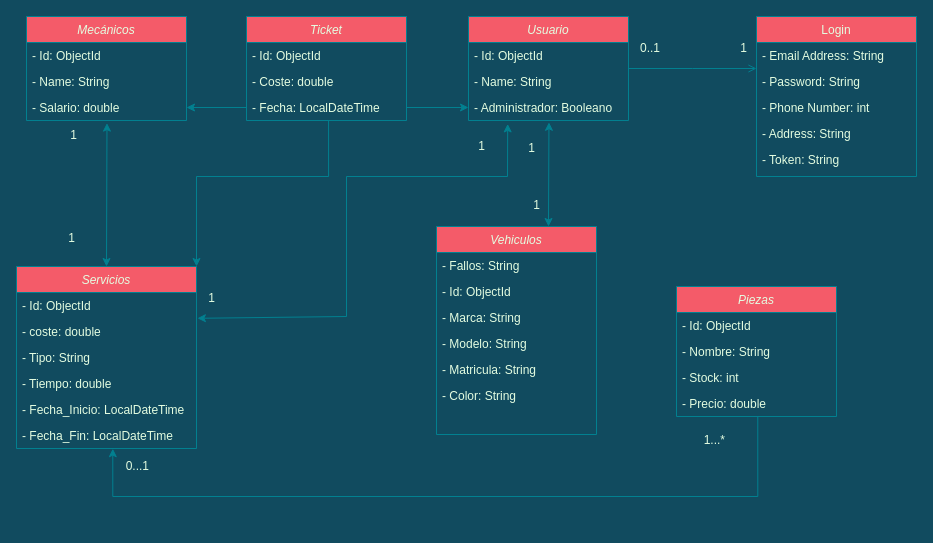
Above: taller/Documentación/Taller Mecánico UML.drawio in javiergmun/TallerMecanico-AD-PSP (draw.io), before the change. Source tidied: cells renumbered, new cells numbered last; positions are measured from the earlier drawing's top-left corner, leaving out a move shared by most shapes. Both pictures are drawn from the tidied source at 100%, with x=0, y=0 at pixel (16, 16).
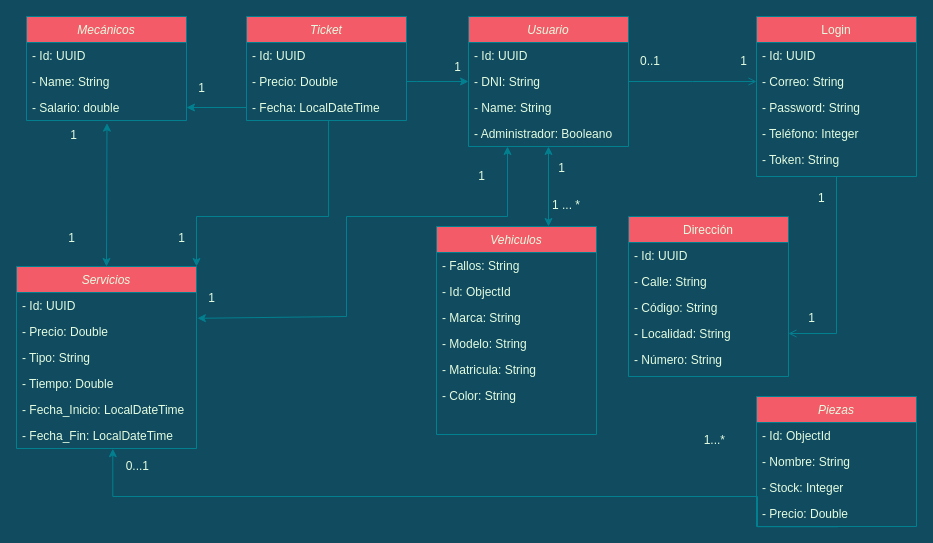
After the change.

Commit message (it also covers changes not shown here):
UML actualizado

The change refers to these unchanged cells:
```xml
<mxCell id="6" value="Login" style="swimlane;fontStyle=0;align=center;verticalAlign=top;horizontal=1;startSize=26;rounded=0;shadow=0;strokeWidth=1;fillColor=#F45B69;strokeColor=#028090;fontColor=#E4FDE1;" parent="1" vertex="1">
  <mxGeometry x="740" width="160" height="160" as="geometry" />
</mxCell>
<mxCell id="22" value="Ticket" style="swimlane;fontStyle=2;align=center;verticalAlign=top;horizontal=1;startSize=26;rounded=0;shadow=0;strokeWidth=1;fillColor=#F45B69;strokeColor=#028090;fontColor=#E4FDE1;" parent="1" vertex="1">
  <mxGeometry x="230" width="160" height="104" as="geometry" />
</mxCell>
<mxCell id="25" value="- Fecha: LocalDateTime " style="text;align=left;verticalAlign=top;spacingLeft=4;spacingRight=4;overflow=hidden;points=[[0,0.5],[1,0.5]];portConstraint=eastwest;fontColor=#E4FDE1;" parent="22" vertex="1">
  <mxGeometry y="78" width="160" height="26" as="geometry" />
</mxCell>
<mxCell id="26" value="Mecánicos" style="swimlane;fontStyle=2;align=center;verticalAlign=top;horizontal=1;startSize=26;rounded=0;shadow=0;strokeWidth=1;fillColor=#F45B69;strokeColor=#028090;fontColor=#E4FDE1;" parent="1" vertex="1">
  <mxGeometry x="10" width="160" height="104" as="geometry" />
</mxCell>
<mxCell id="30" value="Servicios" style="swimlane;fontStyle=2;align=center;verticalAlign=top;horizontal=1;startSize=26;rounded=0;shadow=0;strokeWidth=1;fillColor=#F45B69;strokeColor=#028090;fontColor=#E4FDE1;" parent="1" vertex="1">
  <mxGeometry y="250" width="180" height="182" as="geometry" />
</mxCell>
```

Change to the diagram source:
```diff
@@
     <mxCell id="2" value="Usuario" style="swimlane;fontStyle=2;align=center;verticalAlign=top;horizontal=1;startSize=26;rounded=0;shadow=0;strokeWidth=1;fillColor=#F45B69;strokeColor=#028090;fontColor=#E4FDE1;" parent="1" vertex="1">
-      <mxGeometry x="452" width="160" height="104" as="geometry" />
+      <mxGeometry x="452" width="160" height="130" as="geometry" />
     </mxCell>
-    <mxCell id="3" value="- Id: ObjectId" style="text;align=left;verticalAlign=top;spacingLeft=4;spacingRight=4;overflow=hidden;fontColor=#E4FDE1;" parent="2" vertex="1">
+    <mxCell id="3" value="- Id: UUID" style="text;align=left;verticalAlign=top;spacingLeft=4;spacingRight=4;overflow=hidden;fontColor=#E4FDE1;" parent="2" vertex="1">
       <mxGeometry y="26" width="160" height="26" as="geometry" />
     </mxCell>
+    <mxCell id="5" value="- DNI: String" style="text;align=left;verticalAlign=top;spacingLeft=4;spacingRight=4;overflow=hidden;points=[[0,0.5],[1,0.5]];portConstraint=eastwest;fontColor=#E4FDE1;" parent="2" vertex="1">
+      <mxGeometry y="52" width="160" height="26" as="geometry" />
+    </mxCell>
     <mxCell id="4" value="- Name: String" style="text;align=left;verticalAlign=top;spacingLeft=4;spacingRight=4;overflow=hidden;fontColor=#E4FDE1;" parent="2" vertex="1">
-      <mxGeometry y="52" width="160" height="26" as="geometry" />
+      <mxGeometry y="78" width="160" height="26" as="geometry" />
     </mxCell>
-    <mxCell id="5" value="- Administrador: Booleano" style="text;align=left;verticalAlign=top;spacingLeft=4;spacingRight=4;overflow=hidden;points=[[0,0.5],[1,0.5]];portConstraint=eastwest;fontColor=#E4FDE1;" parent="2" vertex="1">
-      <mxGeometry y="78" width="160" height="26" as="geometry" />
-    </mxCell>
+    <mxCell id="57" value="- Administrador: Booleano" style="text;align=left;verticalAlign=top;spacingLeft=4;spacingRight=4;overflow=hidden;fontColor=#E4FDE1;" parent="2" vertex="1">
+      <mxGeometry y="104" width="160" height="26" as="geometry" />
+    </mxCell>
@@
-    <mxCell id="7" value="- Email Address: String" style="text;align=left;verticalAlign=top;spacingLeft=4;spacingRight=4;overflow=hidden;rounded=0;shadow=0;html=0;fontColor=#E4FDE1;" parent="6" vertex="1">
+    <mxCell id="7" value="- Id: UUID" style="text;align=left;verticalAlign=top;spacingLeft=4;spacingRight=4;overflow=hidden;rounded=0;shadow=0;html=0;fontColor=#E4FDE1;" parent="6" vertex="1">
       <mxGeometry y="26" width="160" height="26" as="geometry" />
     </mxCell>
+    <mxCell id="58" value="- Correo: String" style="text;align=left;verticalAlign=top;spacingLeft=4;spacingRight=4;overflow=hidden;rounded=0;shadow=0;html=0;fontColor=#E4FDE1;" parent="6" vertex="1">
+      <mxGeometry y="52" width="160" height="26" as="geometry" />
+    </mxCell>
     <mxCell id="8" value="- Password: String" style="text;align=left;verticalAlign=top;spacingLeft=4;spacingRight=4;overflow=hidden;rounded=0;shadow=0;html=0;fontColor=#E4FDE1;" parent="6" vertex="1">
-      <mxGeometry y="52" width="160" height="26" as="geometry" />
+      <mxGeometry y="78" width="160" height="26" as="geometry" />
     </mxCell>
-    <mxCell id="9" value="- Phone Number: int" style="text;align=left;verticalAlign=top;spacingLeft=4;spacingRight=4;overflow=hidden;rounded=0;shadow=0;html=0;fontColor=#E4FDE1;" parent="6" vertex="1">
-      <mxGeometry y="78" width="160" height="26" as="geometry" />
+    <mxCell id="9" value="- Teléfono: Integer" style="text;align=left;verticalAlign=top;spacingLeft=4;spacingRight=4;overflow=hidden;rounded=0;shadow=0;html=0;fontColor=#E4FDE1;" parent="6" vertex="1">
+      <mxGeometry y="104" width="160" height="26" as="geometry" />
     </mxCell>
-    <mxCell id="10" value="- Address: String" style="text;align=left;verticalAlign=top;spacingLeft=4;spacingRight=4;overflow=hidden;rounded=0;shadow=0;html=0;fontColor=#E4FDE1;" parent="6" vertex="1">
-      <mxGeometry y="104" width="160" height="26" as="geometry" />
-    </mxCell>
@@
     <mxCell id="16" value="Piezas" style="swimlane;fontStyle=2;align=center;verticalAlign=top;horizontal=1;startSize=26;rounded=0;shadow=0;strokeWidth=1;fillColor=#F45B69;strokeColor=#028090;fontColor=#E4FDE1;" parent="1" vertex="1">
-      <mxGeometry x="660" y="270" width="160" height="130" as="geometry" />
+      <mxGeometry x="740" y="380" width="160" height="130" as="geometry" />
     </mxCell>
@@
-    <mxCell id="19" value="- Stock: int" style="text;align=left;verticalAlign=top;spacingLeft=4;spacingRight=4;overflow=hidden;fontColor=#E4FDE1;" parent="16" vertex="1">
+    <mxCell id="19" value="- Stock: Integer" style="text;align=left;verticalAlign=top;spacingLeft=4;spacingRight=4;overflow=hidden;fontColor=#E4FDE1;" parent="16" vertex="1">
       <mxGeometry y="78" width="160" height="26" as="geometry" />
     </mxCell>
-    <mxCell id="20" value="- Precio: double" style="text;align=left;verticalAlign=top;spacingLeft=4;spacingRight=4;overflow=hidden;points=[[0,0.5],[1,0.5]];portConstraint=eastwest;fontColor=#E4FDE1;" parent="16" vertex="1">
+    <mxCell id="20" value="- Precio: Double" style="text;align=left;verticalAlign=top;spacingLeft=4;spacingRight=4;overflow=hidden;points=[[0,0.5],[1,0.5]];portConstraint=eastwest;fontColor=#E4FDE1;" parent="16" vertex="1">
       <mxGeometry y="104" width="160" height="26" as="geometry" />
     </mxCell>
     <mxCell id="21" style="edgeStyle=orthogonalEdgeStyle;rounded=0;jettySize=auto;html=1;entryX=1;entryY=0;entryDx=0;entryDy=0;exitX=0.513;exitY=1.008;exitDx=0;exitDy=0;exitPerimeter=0;labelBackgroundColor=#114B5F;strokeColor=#028090;fontColor=#E4FDE1;" parent="1" edge="1" source="25" target="30">
       <mxGeometry relative="1" as="geometry">
         <Array as="points">
-          <mxPoint x="312" y="160" />
-          <mxPoint x="180" y="160" />
+          <mxPoint x="312" y="200" />
+          <mxPoint x="180" y="200" />
         </Array>
       </mxGeometry>
     </mxCell>
@@
-    <mxCell id="23" value="- Id: ObjectId" style="text;align=left;verticalAlign=top;spacingLeft=4;spacingRight=4;overflow=hidden;fontColor=#E4FDE1;" parent="22" vertex="1">
+    <mxCell id="23" value="- Id: UUID" style="text;align=left;verticalAlign=top;spacingLeft=4;spacingRight=4;overflow=hidden;fontColor=#E4FDE1;" parent="22" vertex="1">
       <mxGeometry y="26" width="160" height="26" as="geometry" />
     </mxCell>
-    <mxCell id="24" value="- Coste: double" style="text;align=left;verticalAlign=top;spacingLeft=4;spacingRight=4;overflow=hidden;points=[[0,0.5],[1,0.5]];portConstraint=eastwest;fontColor=#E4FDE1;" parent="22" vertex="1">
+    <mxCell id="24" value="- Precio: Double" style="text;align=left;verticalAlign=top;spacingLeft=4;spacingRight=4;overflow=hidden;points=[[0,0.5],[1,0.5]];portConstraint=eastwest;fontColor=#E4FDE1;" parent="22" vertex="1">
       <mxGeometry y="52" width="160" height="26" as="geometry" />
     </mxCell>
@@
-    <mxCell id="27" value="- Id: ObjectId" style="text;align=left;verticalAlign=top;spacingLeft=4;spacingRight=4;overflow=hidden;fontColor=#E4FDE1;" parent="26" vertex="1">
+    <mxCell id="27" value="- Id: UUID" style="text;align=left;verticalAlign=top;spacingLeft=4;spacingRight=4;overflow=hidden;fontColor=#E4FDE1;" parent="26" vertex="1">
       <mxGeometry y="26" width="160" height="26" as="geometry" />
     </mxCell>
@@
-    <mxCell id="31" value="- Id: ObjectId" style="text;align=left;verticalAlign=top;spacingLeft=4;spacingRight=4;overflow=hidden;fontColor=#E4FDE1;" parent="30" vertex="1">
+    <mxCell id="31" value="- Id: UUID" style="text;align=left;verticalAlign=top;spacingLeft=4;spacingRight=4;overflow=hidden;fontColor=#E4FDE1;" parent="30" vertex="1">
       <mxGeometry y="26" width="180" height="26" as="geometry" />
     </mxCell>
-    <mxCell id="32" value="- coste: double" style="text;align=left;verticalAlign=top;spacingLeft=4;spacingRight=4;overflow=hidden;points=[[0,0.5],[1,0.5]];portConstraint=eastwest;fontColor=#E4FDE1;" parent="30" vertex="1">
+    <mxCell id="32" value="- Precio: Double" style="text;align=left;verticalAlign=top;spacingLeft=4;spacingRight=4;overflow=hidden;points=[[0,0.5],[1,0.5]];portConstraint=eastwest;fontColor=#E4FDE1;" parent="30" vertex="1">
       <mxGeometry y="52" width="180" height="26" as="geometry" />
     </mxCell>
@@
-    <mxCell id="34" value="- Tiempo: double" style="text;align=left;verticalAlign=top;spacingLeft=4;spacingRight=4;overflow=hidden;fontColor=#E4FDE1;" parent="30" vertex="1">
+    <mxCell id="34" value="- Tiempo: Double" style="text;align=left;verticalAlign=top;spacingLeft=4;spacingRight=4;overflow=hidden;fontColor=#E4FDE1;" parent="30" vertex="1">
       <mxGeometry y="104" width="180" height="26" as="geometry" />
     </mxCell>
@@
-    <mxCell id="44" style="endArrow=classic;startArrow=classic;html=1;rounded=0;entryX=0.245;entryY=1.131;entryDx=0;entryDy=0;exitX=1.005;exitY=-0.008;exitDx=0;exitDy=0;exitPerimeter=0;entryPerimeter=0;labelBackgroundColor=#114B5F;strokeColor=#028090;fontColor=#E4FDE1;" parent="1" edge="1" source="32" target="5">
+    <mxCell id="44" style="endArrow=classic;startArrow=classic;html=1;rounded=0;exitX=1.005;exitY=-0.008;exitDx=0;exitDy=0;exitPerimeter=0;labelBackgroundColor=#114B5F;strokeColor=#028090;fontColor=#E4FDE1;" parent="1" edge="1" source="32">
       <mxGeometry relative="1" as="geometry">
+        <mxPoint x="491" y="130" as="targetPoint" />
         <Array as="points">
           <mxPoint x="330" y="300" />
-          <mxPoint x="330" y="160" />
-          <mxPoint x="491" y="160" />
+          <mxPoint x="330" y="200" />
+          <mxPoint x="491" y="200" />
         </Array>
       </mxGeometry>
     </mxCell>
@@
     <mxCell id="46" value="1" style="align=right;verticalAlign=bottom;labelBackgroundColor=none;fontSize=12;fillColor=#F45B69;strokeColor=#028090;fontColor=#E4FDE1;" parent="1" vertex="1">
-      <mxGeometry x="220" y="110" as="geometry">
+      <mxGeometry x="220" y="140" as="geometry">
         <mxPoint x="250" y="28" as="offset" />
       </mxGeometry>
     </mxCell>
-    <mxCell id="47" style="endArrow=classic;startArrow=classic;html=1;rounded=0;entryX=0.503;entryY=1.069;entryDx=0;entryDy=0;entryPerimeter=0;labelBackgroundColor=#114B5F;strokeColor=#028090;fontColor=#E4FDE1;" parent="1" edge="1" target="5">
+    <mxCell id="47" style="endArrow=classic;startArrow=classic;html=1;rounded=0;labelBackgroundColor=#114B5F;strokeColor=#028090;fontColor=#E4FDE1;" parent="1" edge="1">
       <mxGeometry relative="1" as="geometry">
         <mxPoint x="532" y="210" as="sourcePoint" />
+        <mxPoint x="532" y="130" as="targetPoint" />
       </mxGeometry>
     </mxCell>
     <mxCell id="48" value="1" style="align=right;verticalAlign=bottom;labelBackgroundColor=none;fontSize=12;fillColor=#F45B69;strokeColor=#028090;fontColor=#E4FDE1;" parent="1" vertex="1">
-      <mxGeometry x="520" y="140" as="geometry" />
+      <mxGeometry x="550" y="160" as="geometry" />
     </mxCell>
-    <mxCell id="49" value="1" style="align=right;verticalAlign=bottom;labelBackgroundColor=none;fontSize=12;fillColor=#F45B69;strokeColor=#028090;fontColor=#E4FDE1;" parent="1" vertex="1">
-      <mxGeometry x="310" y="290" as="geometry">
+    <mxCell id="49" value="1 ... *" style="align=right;verticalAlign=bottom;labelBackgroundColor=none;fontSize=12;fillColor=#F45B69;strokeColor=#028090;fontColor=#E4FDE1;" parent="1" vertex="1">
+      <mxGeometry x="350" y="290" as="geometry">
         <mxPoint x="215" y="-93" as="offset" />
       </mxGeometry>
     </mxCell>
@@
-    <mxCell id="52" style="edgeStyle=orthogonalEdgeStyle;rounded=0;jettySize=auto;html=1;labelBackgroundColor=#114B5F;strokeColor=#028090;fontColor=#E4FDE1;" parent="1" edge="1" source="25" target="5">
-      <mxGeometry relative="1" as="geometry" />
+    <mxCell id="52" style="edgeStyle=orthogonalEdgeStyle;rounded=0;jettySize=auto;html=1;labelBackgroundColor=#114B5F;strokeColor=#028090;fontColor=#E4FDE1;exitX=1;exitY=0.5;exitDx=0;exitDy=0;" parent="1" edge="1" source="24" target="5">
+      <mxGeometry relative="1" as="geometry">
+        <Array as="points">
+          <mxPoint x="400" y="65" />
+          <mxPoint x="400" y="65" />
+        </Array>
+      </mxGeometry>
     </mxCell>
@@
+    <mxCell id="59" value="Dirección" style="swimlane;fontStyle=0;align=center;verticalAlign=top;horizontal=1;startSize=26;rounded=0;shadow=0;strokeWidth=1;fillColor=#F45B69;strokeColor=#028090;fontColor=#E4FDE1;" parent="1" vertex="1">
+      <mxGeometry x="612" y="200" width="160" height="160" as="geometry" />
+    </mxCell>
+    <mxCell id="60" value="- Id: UUID" style="text;align=left;verticalAlign=top;spacingLeft=4;spacingRight=4;overflow=hidden;rounded=0;shadow=0;html=0;fontColor=#E4FDE1;" parent="59" vertex="1">
+      <mxGeometry y="26" width="160" height="26" as="geometry" />
+    </mxCell>
+    <mxCell id="61" value="- Calle: String" style="text;align=left;verticalAlign=top;spacingLeft=4;spacingRight=4;overflow=hidden;rounded=0;shadow=0;html=0;fontColor=#E4FDE1;" parent="59" vertex="1">
+      <mxGeometry y="52" width="160" height="26" as="geometry" />
+    </mxCell>
+    <mxCell id="62" value="- Código: String" style="text;align=left;verticalAlign=top;spacingLeft=4;spacingRight=4;overflow=hidden;rounded=0;shadow=0;html=0;fontColor=#E4FDE1;" parent="59" vertex="1">
+      <mxGeometry y="78" width="160" height="26" as="geometry" />
+    </mxCell>
+    <mxCell id="63" value="- Localidad: String" style="text;align=left;verticalAlign=top;spacingLeft=4;spacingRight=4;overflow=hidden;points=[[0,0.5],[1,0.5]];portConstraint=eastwest;rounded=0;shadow=0;html=0;fontColor=#E4FDE1;" parent="59" vertex="1">
+      <mxGeometry y="104" width="160" height="26" as="geometry" />
+    </mxCell>
+    <mxCell id="64" value="- Número: String" style="text;align=left;verticalAlign=top;spacingLeft=4;spacingRight=4;overflow=hidden;rounded=0;shadow=0;html=0;fontColor=#E4FDE1;" parent="59" vertex="1">
+      <mxGeometry y="130" width="160" height="26" as="geometry" />
+    </mxCell>
+    <mxCell id="65" style="endArrow=open;shadow=0;strokeWidth=1;rounded=0;endFill=1;edgeStyle=elbowEdgeStyle;elbow=vertical;labelBackgroundColor=#114B5F;strokeColor=#028090;fontColor=#E4FDE1;exitX=0.5;exitY=1;exitDx=0;exitDy=0;entryX=1;entryY=0.5;entryDx=0;entryDy=0;" parent="1" edge="1" source="6" target="63">
+      <mxGeometry x="0.5" y="41" relative="1" as="geometry">
+        <Array as="points">
+          <mxPoint x="840" y="317" />
+        </Array>
+        <mxPoint x="-40" y="32" as="offset" />
+      </mxGeometry>
+    </mxCell>
+    <mxCell id="66" value="1" style="align=left;verticalAlign=bottom;labelBackgroundColor=none;fontSize=12;fillColor=#F45B69;strokeColor=#028090;fontColor=#E4FDE1;" parent="65" vertex="1">
+      <mxGeometry x="-1" relative="1" as="geometry">
+        <mxPoint x="-20" y="30" as="offset" />
+      </mxGeometry>
+    </mxCell>
+    <mxCell id="67" value="1" style="align=right;verticalAlign=bottom;labelBackgroundColor=none;fontSize=12;fillColor=#F45B69;strokeColor=#028090;fontColor=#E4FDE1;" parent="65" vertex="1">
+      <mxGeometry x="1" relative="1" as="geometry">
+        <mxPoint x="28" y="-7" as="offset" />
+      </mxGeometry>
+    </mxCell>
+    <mxCell id="68" value="1" style="align=right;verticalAlign=bottom;labelBackgroundColor=none;fontSize=12;fillColor=#F45B69;strokeColor=#028090;fontColor=#E4FDE1;" parent="1" vertex="1">
+      <mxGeometry x="210" y="300" as="geometry">
+        <mxPoint x="236" y="-241" as="offset" />
+      </mxGeometry>
+    </mxCell>
+    <mxCell id="69" value="1" style="align=right;verticalAlign=bottom;labelBackgroundColor=none;fontSize=12;fillColor=#F45B69;strokeColor=#028090;fontColor=#E4FDE1;" parent="1" vertex="1">
+      <mxGeometry x="170" y="230" as="geometry" />
+    </mxCell>
+    <mxCell id="70" value="1" style="align=right;verticalAlign=bottom;labelBackgroundColor=none;fontSize=12;fillColor=#F45B69;strokeColor=#028090;fontColor=#E4FDE1;" parent="1" vertex="1">
+      <mxGeometry x="190" y="80" as="geometry" />
+    </mxCell>
```
